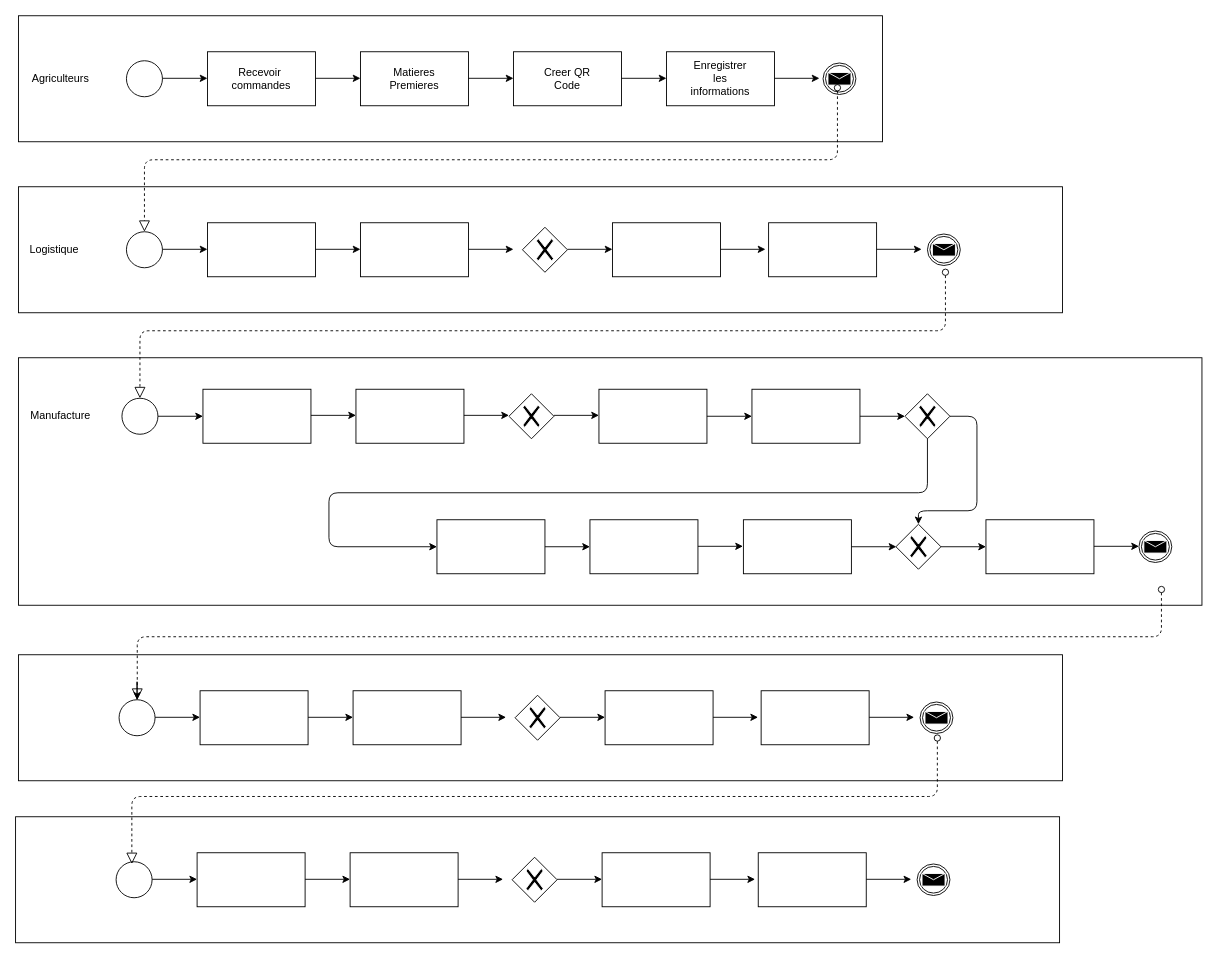
Before: Untitled Diagram.drawio in loosker95/Diagramme-de-colaboration, a draw.io diagram. Source tidied: cells renumbered, new cells numbered last; positions are measured from the earlier drawing's top-left corner, leaving out a move shared by most shapes. Both pictures are drawn from the tidied source at 90%, with x=0, y=0 at pixel (15, 15).
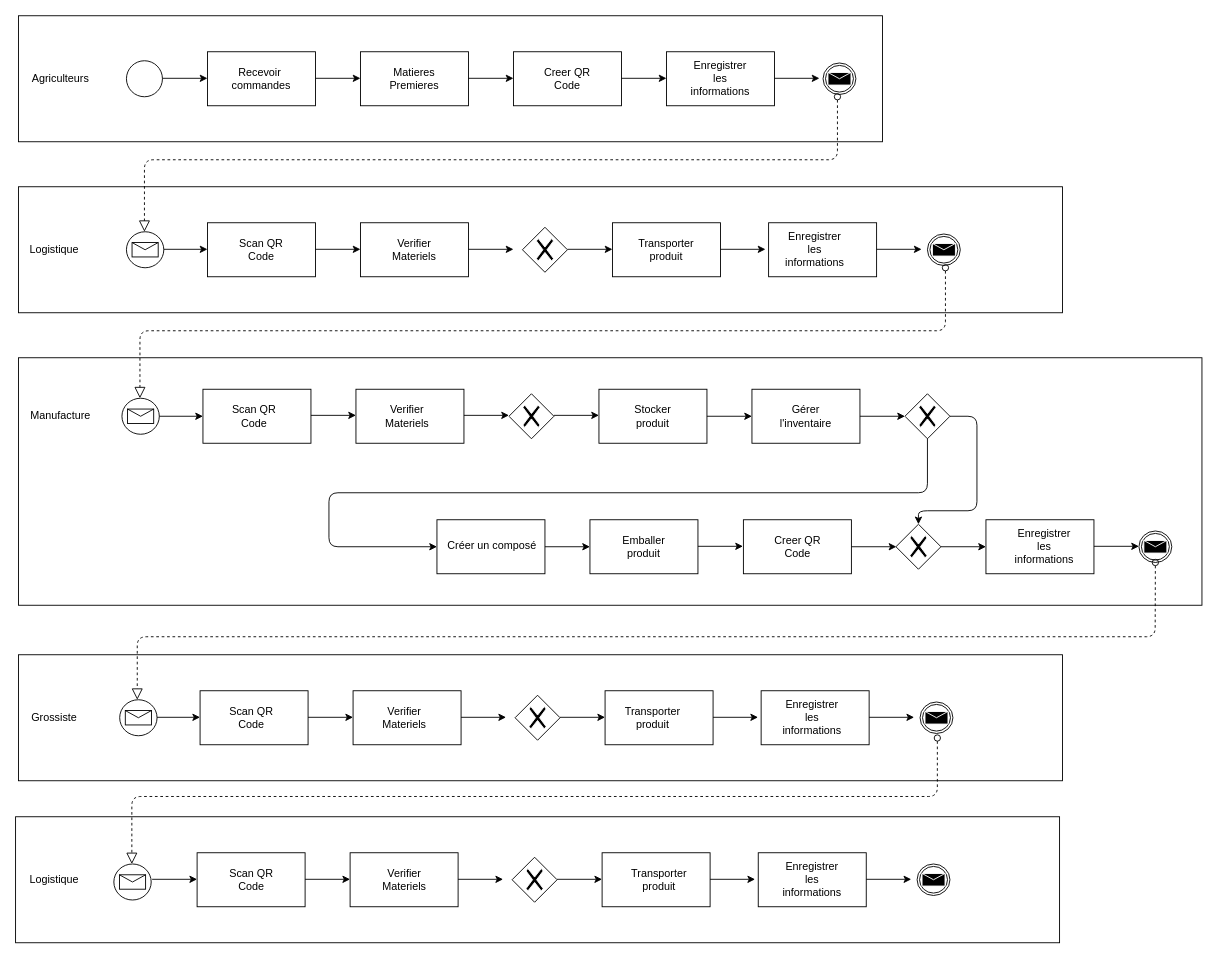
After the change.

Unchanged cells that the change refers to:
```xml
<mxCell id="53" style="shape=mxgraph.bpmn.shape;html=1;verticalLabelPosition=bottom;labelBackgroundColor=#ffffff;verticalAlign=top;align=center;perimeter=ellipsePerimeter;outlineConnect=0;outline=throwing;symbol=message;" parent="1" vertex="1">
  <mxGeometry x="1248" y="572.5" width="36.5" height="35" as="geometry" />
</mxCell>
```

Diff of the diagram source:
```diff
@@
-    <mxCell id="15" style="ellipse;whiteSpace=wrap;html=1;" parent="1" vertex="1">
-      <mxGeometry x="123" y="240" width="40" height="40" as="geometry" />
-    </mxCell>
@@
-    <mxCell id="28" style="startArrow=oval;startFill=0;startSize=7;endArrow=block;endFill=0;endSize=10;dashed=1;html=1;entryX=0.5;entryY=0;entryDx=0;entryDy=0;" parent="1" edge="1" target="15">
+    <mxCell id="28" style="startArrow=oval;startFill=0;startSize=7;endArrow=block;endFill=0;endSize=10;dashed=1;html=1;entryX=0.5;entryY=0;entryDx=0;entryDy=0;" parent="1" edge="1">
       <mxGeometry relative="1" as="geometry">
-        <mxPoint x="913" y="80" as="sourcePoint" />
+        <mxPoint x="913" y="90" as="sourcePoint" />
+        <mxPoint x="143" y="240" as="targetPoint" />
         <Array as="points">
           <mxPoint x="913" y="160" />
           <mxPoint x="143" y="160" />
         </Array>
       </mxGeometry>
     </mxCell>
@@
-    <mxCell id="30" style="startArrow=oval;startFill=0;startSize=7;endArrow=block;endFill=0;endSize=10;dashed=1;html=1;entryX=0.5;entryY=0;entryDx=0;entryDy=0;" parent="1" edge="1" target="31">
+    <mxCell id="30" style="startArrow=oval;startFill=0;startSize=7;endArrow=block;endFill=0;endSize=10;dashed=1;html=1;entryX=0.5;entryY=0;entryDx=0;entryDy=0;" parent="1" edge="1">
       <mxGeometry relative="1" as="geometry">
-        <mxPoint x="1033" y="285" as="sourcePoint" />
+        <mxPoint x="1033" y="280" as="sourcePoint" />
+        <mxPoint x="138" y="425" as="targetPoint" />
         <Array as="points">
           <mxPoint x="1033" y="350" />
           <mxPoint x="138" y="350" />
         </Array>
       </mxGeometry>
     </mxCell>
-    <mxCell id="31" style="ellipse;whiteSpace=wrap;html=1;" parent="1" vertex="1">
-      <mxGeometry x="118" y="425" width="40" height="40" as="geometry" />
-    </mxCell>
@@
-    <mxCell id="58" style="edgeStyle=orthogonalEdgeStyle;rounded=0;jettySize=auto;html=1;" parent="1" edge="1" source="59">
+    <mxCell id="58" style="edgeStyle=orthogonalEdgeStyle;rounded=0;orthogonalLoop=1;jettySize=auto;html=1;" parent="1" edge="1">
       <mxGeometry relative="1" as="geometry">
+        <mxPoint x="134.8" y="760" as="sourcePoint" />
         <mxPoint x="134.8" y="760" as="targetPoint" />
       </mxGeometry>
     </mxCell>
-    <mxCell id="59" style="ellipse;whiteSpace=wrap;html=1;" parent="1" vertex="1">
-      <mxGeometry x="114.8" y="760" width="40" height="40" as="geometry" />
-    </mxCell>
@@
-    <mxCell id="72" style="startArrow=oval;startFill=0;startSize=7;endArrow=block;endFill=0;endSize=10;dashed=1;html=1;" parent="1" edge="1">
+    <mxCell id="72" style="startArrow=oval;startFill=0;startSize=7;endArrow=block;endFill=0;endSize=10;dashed=1;html=1;exitX=0.5;exitY=1;exitDx=0;exitDy=0;" parent="1" edge="1" source="53">
       <mxGeometry relative="1" as="geometry">
-        <mxPoint x="1273" y="637.5" as="sourcePoint" />
         <mxPoint x="135" y="760" as="targetPoint" />
         <Array as="points">
-          <mxPoint x="1273" y="690" />
+          <mxPoint x="1266" y="690" />
           <mxPoint x="135" y="690" />
         </Array>
       </mxGeometry>
     </mxCell>
@@
-    <mxCell id="74" style="ellipse;whiteSpace=wrap;html=1;" parent="1" vertex="1">
-      <mxGeometry x="111.5" y="940" width="40" height="40" as="geometry" />
-    </mxCell>
@@
+    <mxCell id="95" value="Grossiste" style="text;html=1;strokeColor=none;fillColor=none;align=center;verticalAlign=middle;whiteSpace=wrap;rounded=0;" parent="1" vertex="1">
+      <mxGeometry x="23" y="770" width="40" height="20" as="geometry" />
+    </mxCell>
+    <mxCell id="96" value="Logistique" style="text;html=1;strokeColor=none;fillColor=none;align=center;verticalAlign=middle;whiteSpace=wrap;rounded=0;" parent="1" vertex="1">
+      <mxGeometry x="23" y="950" width="40" height="20" as="geometry" />
+    </mxCell>
+    <mxCell id="97" value="Scan QR Code" style="text;html=1;strokeColor=none;fillColor=none;align=center;verticalAlign=middle;whiteSpace=wrap;rounded=0;" parent="1" vertex="1">
+      <mxGeometry x="243" y="250" width="60" height="20" as="geometry" />
+    </mxCell>
+    <mxCell id="98" value="Verifier Materiels" style="text;html=1;strokeColor=none;fillColor=none;align=center;verticalAlign=middle;whiteSpace=wrap;rounded=0;" parent="1" vertex="1">
+      <mxGeometry x="423" y="250" width="40" height="20" as="geometry" />
+    </mxCell>
+    <mxCell id="99" value="Transporter produit" style="text;html=1;strokeColor=none;fillColor=none;align=center;verticalAlign=middle;whiteSpace=wrap;rounded=0;" parent="1" vertex="1">
+      <mxGeometry x="703" y="250" width="40" height="20" as="geometry" />
+    </mxCell>
+    <mxCell id="100" value="Enregistrer les informations" style="text;html=1;strokeColor=none;fillColor=none;align=center;verticalAlign=middle;whiteSpace=wrap;rounded=0;" parent="1" vertex="1">
+      <mxGeometry x="858.2" y="250" width="60" height="20" as="geometry" />
+    </mxCell>
+    <mxCell id="101" value="Scan QR Code" style="text;html=1;strokeColor=none;fillColor=none;align=center;verticalAlign=middle;whiteSpace=wrap;rounded=0;" parent="1" vertex="1">
+      <mxGeometry x="234.8" y="435" width="60" height="20" as="geometry" />
+    </mxCell>
+    <mxCell id="102" value="Verifier Materiels" style="text;html=1;strokeColor=none;fillColor=none;align=center;verticalAlign=middle;whiteSpace=wrap;rounded=0;" parent="1" vertex="1">
+      <mxGeometry x="414.8" y="435" width="40" height="20" as="geometry" />
+    </mxCell>
+    <mxCell id="103" value="Creer QR Code" style="text;html=1;strokeColor=none;fillColor=none;align=center;verticalAlign=middle;whiteSpace=wrap;rounded=0;" parent="1" vertex="1">
+      <mxGeometry x="838.5" y="580" width="60" height="20" as="geometry" />
+    </mxCell>
+    <mxCell id="104" value="Enregistrer les informations" style="text;html=1;strokeColor=none;fillColor=none;align=center;verticalAlign=middle;whiteSpace=wrap;rounded=0;" parent="1" vertex="1">
+      <mxGeometry x="1113" y="580" width="60" height="20" as="geometry" />
+    </mxCell>
+    <mxCell id="105" value="Créer un composé" style="text;whiteSpace=wrap;html=1;" parent="1" vertex="1">
+      <mxGeometry x="478" y="575" width="120" height="30" as="geometry" />
+    </mxCell>
+    <mxCell id="106" value="Gérer l'inventaire" style="text;html=1;strokeColor=none;fillColor=none;align=center;verticalAlign=middle;whiteSpace=wrap;rounded=0;" parent="1" vertex="1">
+      <mxGeometry x="848" y="435" width="60" height="20" as="geometry" />
+    </mxCell>
+    <mxCell id="107" value="Stocker produit" style="text;html=1;strokeColor=none;fillColor=none;align=center;verticalAlign=middle;whiteSpace=wrap;rounded=0;" parent="1" vertex="1">
+      <mxGeometry x="678" y="435" width="60" height="20" as="geometry" />
+    </mxCell>
+    <mxCell id="108" value="Emballer produit" style="text;html=1;strokeColor=none;fillColor=none;align=center;verticalAlign=middle;whiteSpace=wrap;rounded=0;" parent="1" vertex="1">
+      <mxGeometry x="668" y="580" width="60" height="20" as="geometry" />
+    </mxCell>
+    <mxCell id="109" value="Scan QR Code" style="text;html=1;strokeColor=none;fillColor=none;align=center;verticalAlign=middle;whiteSpace=wrap;rounded=0;" parent="1" vertex="1">
+      <mxGeometry x="231.5" y="770" width="60" height="20" as="geometry" />
+    </mxCell>
+    <mxCell id="110" value="Scan QR Code" style="text;html=1;strokeColor=none;fillColor=none;align=center;verticalAlign=middle;whiteSpace=wrap;rounded=0;" parent="1" vertex="1">
+      <mxGeometry x="231.5" y="950" width="60" height="20" as="geometry" />
+    </mxCell>
+    <mxCell id="111" value="Verifier Materiels" style="text;html=1;strokeColor=none;fillColor=none;align=center;verticalAlign=middle;whiteSpace=wrap;rounded=0;" parent="1" vertex="1">
+      <mxGeometry x="411.5" y="770" width="40" height="20" as="geometry" />
+    </mxCell>
+    <mxCell id="112" value="Verifier Materiels" style="text;html=1;strokeColor=none;fillColor=none;align=center;verticalAlign=middle;whiteSpace=wrap;rounded=0;" parent="1" vertex="1">
+      <mxGeometry x="411.5" y="950" width="40" height="20" as="geometry" />
+    </mxCell>
+    <mxCell id="113" value="Transporter produit" style="text;html=1;strokeColor=none;fillColor=none;align=center;verticalAlign=middle;whiteSpace=wrap;rounded=0;" parent="1" vertex="1">
+      <mxGeometry x="688" y="770" width="40" height="20" as="geometry" />
+    </mxCell>
+    <mxCell id="114" value="Transporter produit" style="text;html=1;strokeColor=none;fillColor=none;align=center;verticalAlign=middle;whiteSpace=wrap;rounded=0;" parent="1" vertex="1">
+      <mxGeometry x="694.8" y="950" width="40" height="20" as="geometry" />
+    </mxCell>
+    <mxCell id="115" value="Enregistrer les informations" style="text;html=1;strokeColor=none;fillColor=none;align=center;verticalAlign=middle;whiteSpace=wrap;rounded=0;" parent="1" vertex="1">
+      <mxGeometry x="855" y="770" width="60" height="20" as="geometry" />
+    </mxCell>
+    <mxCell id="116" value="Enregistrer les informations" style="text;html=1;strokeColor=none;fillColor=none;align=center;verticalAlign=middle;whiteSpace=wrap;rounded=0;" parent="1" vertex="1">
+      <mxGeometry x="855" y="950" width="60" height="20" as="geometry" />
+    </mxCell>
+    <mxCell id="117" style="shape=mxgraph.bpmn.shape;html=1;verticalLabelPosition=bottom;labelBackgroundColor=#ffffff;verticalAlign=top;align=center;perimeter=ellipsePerimeter;outline=standard;symbol=message;" parent="1" vertex="1">
+      <mxGeometry x="118" y="425" width="41.5" height="40" as="geometry" />
+    </mxCell>
+    <mxCell id="118" style="shape=mxgraph.bpmn.shape;html=1;verticalLabelPosition=bottom;labelBackgroundColor=#ffffff;verticalAlign=top;align=center;perimeter=ellipsePerimeter;outline=standard;symbol=message;" parent="1" vertex="1">
+      <mxGeometry x="123" y="240" width="41.5" height="40" as="geometry" />
+    </mxCell>
+    <mxCell id="119" style="shape=mxgraph.bpmn.shape;html=1;verticalLabelPosition=bottom;labelBackgroundColor=#ffffff;verticalAlign=top;align=center;perimeter=ellipsePerimeter;outline=standard;symbol=message;" parent="1" vertex="1">
+      <mxGeometry x="115.5" y="760" width="41.5" height="40" as="geometry" />
+    </mxCell>
+    <mxCell id="120" style="shape=mxgraph.bpmn.shape;html=1;verticalLabelPosition=bottom;labelBackgroundColor=#ffffff;verticalAlign=top;align=center;perimeter=ellipsePerimeter;outline=standard;symbol=message;" parent="1" vertex="1">
+      <mxGeometry x="109" y="942.5" width="41.5" height="40" as="geometry" />
+    </mxCell>
```
